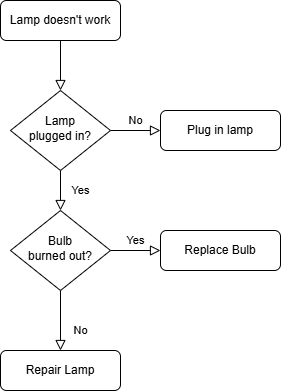
This is Untitled Diagram.drawio.png from syedzubyl/clubs1, a draw.io export, as it was before one commit. Source tidied: cells renumbered, new cells last; positions are measured from the earlier drawing's top-left corner, leaving out a move shared by most shapes.
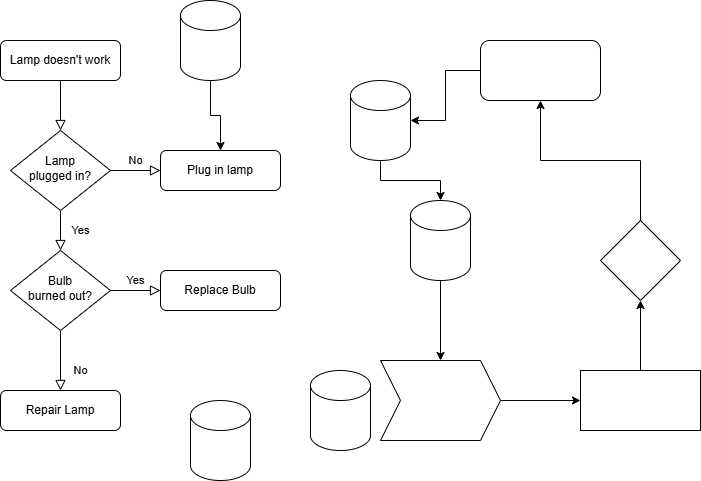
The same diagram one commit later.

The edit, as a diff of the source:
```diff
@@ -35,5 +35,53 @@
     <mxCell id="12" value="Replace Bulb" style="rounded=1;whiteSpace=wrap;html=1;fontSize=12;glass=0;strokeWidth=1;shadow=0;" parent="1" vertex="1">
       <mxGeometry x="160" y="230" width="120" height="40" as="geometry" />
     </mxCell>
+    <mxCell id="13" style="edgeStyle=orthogonalEdgeStyle;rounded=0;jettySize=auto;html=1;" parent="1" edge="1" source="14" target="7">
+      <mxGeometry relative="1" as="geometry" />
+    </mxCell>
+    <mxCell id="14" style="shape=cylinder3;whiteSpace=wrap;html=1;boundedLbl=1;backgroundOutline=1;size=15;" parent="1" vertex="1">
+      <mxGeometry x="180" y="-40" width="60" height="80" as="geometry" />
+    </mxCell>
+    <mxCell id="15" style="shape=cylinder3;whiteSpace=wrap;html=1;boundedLbl=1;backgroundOutline=1;size=15;" parent="1" vertex="1">
+      <mxGeometry x="190" y="360" width="60" height="80" as="geometry" />
+    </mxCell>
+    <mxCell id="16" style="edgeStyle=orthogonalEdgeStyle;rounded=0;jettySize=auto;html=1;" parent="1" edge="1" source="17" target="22">
+      <mxGeometry relative="1" as="geometry" />
+    </mxCell>
+    <mxCell id="17" style="shape=cylinder3;whiteSpace=wrap;html=1;boundedLbl=1;backgroundOutline=1;size=15;" parent="1" vertex="1">
+      <mxGeometry x="410" y="160" width="60" height="80" as="geometry" />
+    </mxCell>
+    <mxCell id="18" style="shape=cylinder3;whiteSpace=wrap;html=1;boundedLbl=1;backgroundOutline=1;size=15;" parent="1" vertex="1">
+      <mxGeometry x="310" y="330" width="60" height="80" as="geometry" />
+    </mxCell>
+    <mxCell id="19" style="edgeStyle=orthogonalEdgeStyle;rounded=0;jettySize=auto;html=1;" parent="1" edge="1" source="20" target="17">
+      <mxGeometry relative="1" as="geometry" />
+    </mxCell>
+    <mxCell id="20" style="shape=cylinder3;whiteSpace=wrap;html=1;boundedLbl=1;backgroundOutline=1;size=15;" parent="1" vertex="1">
+      <mxGeometry x="350" y="40" width="60" height="80" as="geometry" />
+    </mxCell>
+    <mxCell id="21" style="edgeStyle=orthogonalEdgeStyle;rounded=0;jettySize=auto;html=1;" parent="1" edge="1" source="22" target="24">
+      <mxGeometry relative="1" as="geometry" />
+    </mxCell>
+    <mxCell id="22" style="shape=step;perimeter=stepPerimeter;whiteSpace=wrap;html=1;fixedSize=1;" parent="1" vertex="1">
+      <mxGeometry x="380" y="320" width="120" height="80" as="geometry" />
+    </mxCell>
+    <mxCell id="23" style="edgeStyle=orthogonalEdgeStyle;rounded=0;jettySize=auto;html=1;" parent="1" edge="1" source="24" target="26">
+      <mxGeometry relative="1" as="geometry" />
+    </mxCell>
+    <mxCell id="24" style="whiteSpace=wrap;html=1;" parent="1" vertex="1">
+      <mxGeometry x="580" y="330" width="120" height="60" as="geometry" />
+    </mxCell>
+    <mxCell id="25" style="edgeStyle=orthogonalEdgeStyle;rounded=0;jettySize=auto;html=1;" parent="1" edge="1" source="26" target="28">
+      <mxGeometry relative="1" as="geometry" />
+    </mxCell>
+    <mxCell id="26" style="rhombus;whiteSpace=wrap;html=1;" parent="1" vertex="1">
+      <mxGeometry x="600" y="180" width="80" height="80" as="geometry" />
+    </mxCell>
+    <mxCell id="27" style="edgeStyle=orthogonalEdgeStyle;rounded=0;jettySize=auto;html=1;" parent="1" edge="1" source="28" target="20">
+      <mxGeometry relative="1" as="geometry" />
+    </mxCell>
+    <mxCell id="28" style="rounded=1;whiteSpace=wrap;html=1;" parent="1" vertex="1">
+      <mxGeometry x="480" width="120" height="60" as="geometry" />
+    </mxCell>
   </root>
 </mxGraphModel>
```
